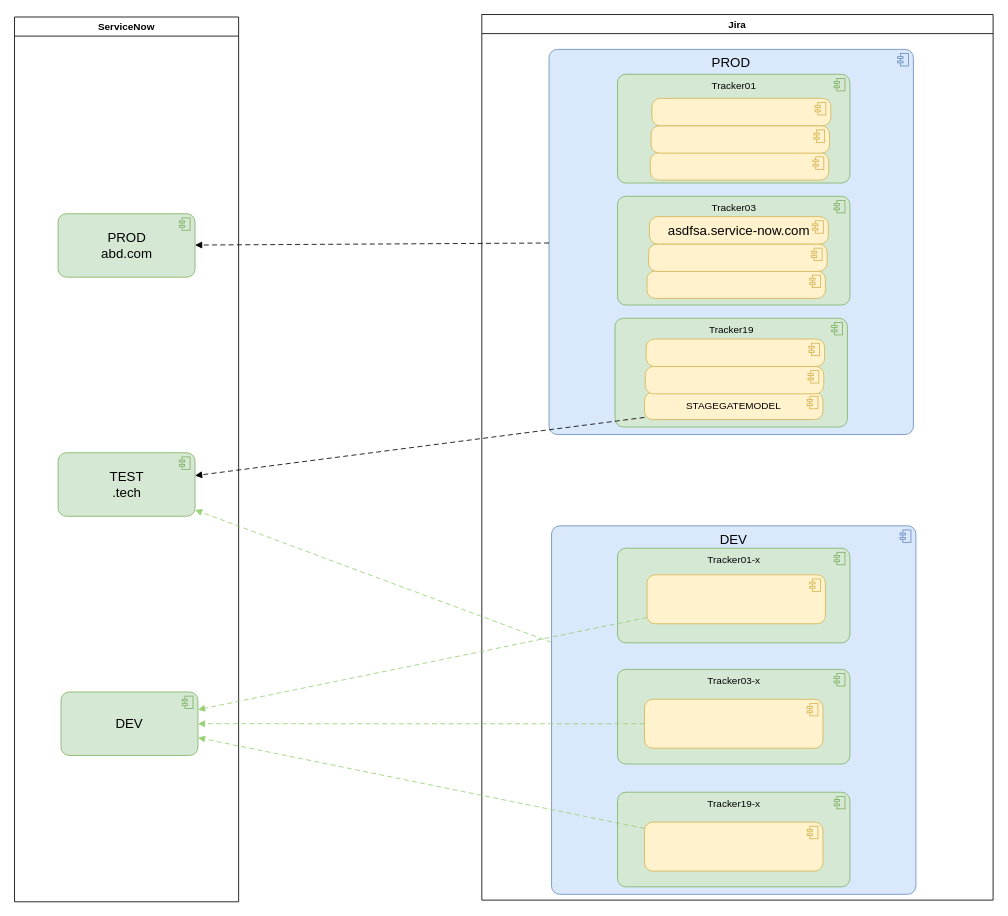
algimas/tmp keeps this draw.io diagram as page "WebHooks" (4 of 18) of Bosch.drawio. Above is the earlier version. Source tidied: cells renumbered, new cells numbered last; positions are measured from the earlier drawing's top-left corner, leaving out a move shared by most shapes. Both pictures are drawn from the tidied source at 83%, with x=0, y=0 at pixel (14, 14).
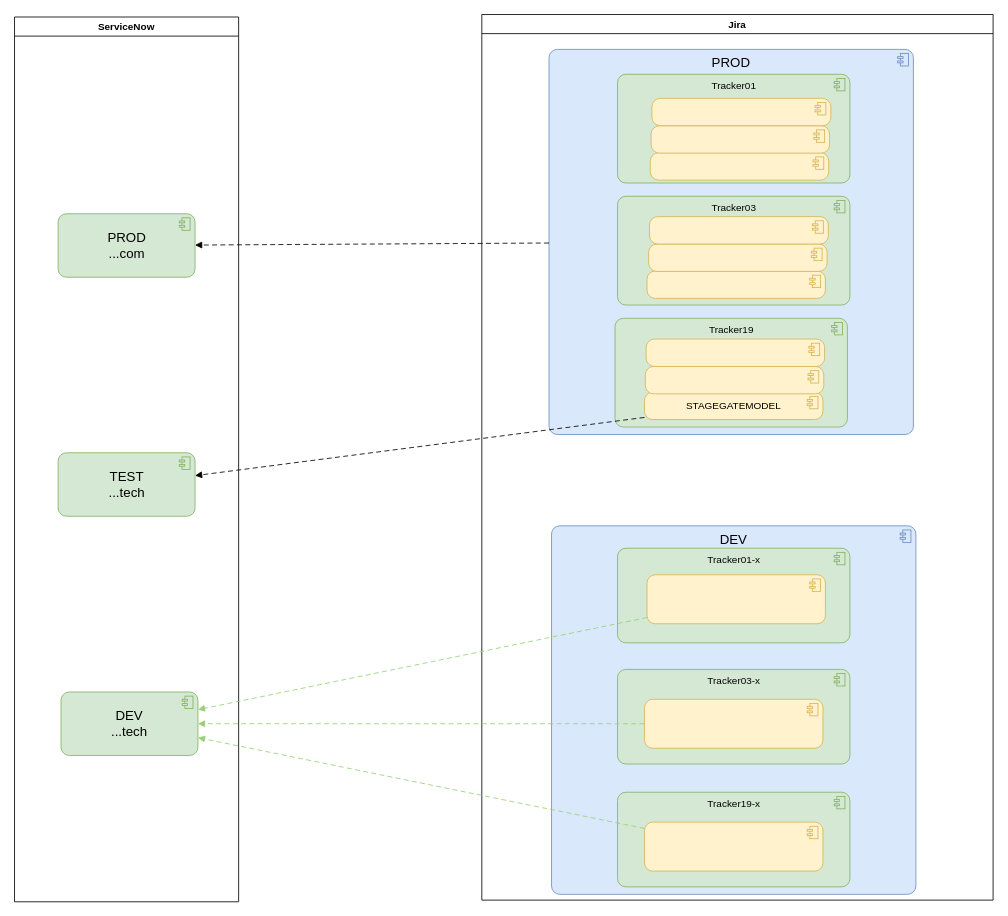
After the change.

Unchanged cells that the change refers to:
```xml
<mxCell id="2" value="ServiceNow" style="swimlane;" parent="1" vertex="1">
  <mxGeometry y="3" width="270" height="1066" as="geometry" />
</mxCell>
<mxCell id="6" value="Jira" style="swimlane;" parent="1" vertex="1">
  <mxGeometry x="563" width="616" height="1067" as="geometry" />
</mxCell>
<mxCell id="10" value="DEV" style="html=1;outlineConnect=0;whiteSpace=wrap;fillColor=#dae8fc;shape=mxgraph.archimate3.application;appType=comp;archiType=rounded;strokeColor=#6c8ebf;verticalAlign=top;fontStyle=0;fontSize=16;" parent="6" vertex="1">
  <mxGeometry x="84" y="616" width="439" height="444" as="geometry" />
</mxCell>
```

Change to the diagram source:
```diff
@@
-    <mxCell id="3" value="PROD&lt;div&gt;abd.com&lt;/div&gt;" style="html=1;outlineConnect=0;whiteSpace=wrap;fillColor=#d5e8d4;shape=mxgraph.archimate3.application;appType=comp;archiType=rounded;strokeColor=#82b366;verticalAlign=middle;fontStyle=0;fontSize=16;" parent="2" vertex="1">
+    <mxCell id="3" value="PROD&lt;div&gt;...com&lt;/div&gt;" style="html=1;outlineConnect=0;whiteSpace=wrap;fillColor=#d5e8d4;shape=mxgraph.archimate3.application;appType=comp;archiType=rounded;strokeColor=#82b366;verticalAlign=middle;fontStyle=0;fontSize=16;" parent="2" vertex="1">
       <mxGeometry x="52.5" y="237" width="165" height="76.5" as="geometry" />
     </mxCell>
-    <mxCell id="4" value="TEST&lt;div&gt;.tech&lt;/div&gt;" style="html=1;outlineConnect=0;whiteSpace=wrap;fillColor=#d5e8d4;shape=mxgraph.archimate3.application;appType=comp;archiType=rounded;strokeColor=#82b366;verticalAlign=middle;fontStyle=0;fontSize=16;" parent="2" vertex="1">
+    <mxCell id="4" value="TEST&lt;div&gt;...tech&lt;/div&gt;" style="html=1;outlineConnect=0;whiteSpace=wrap;fillColor=#d5e8d4;shape=mxgraph.archimate3.application;appType=comp;archiType=rounded;strokeColor=#82b366;verticalAlign=middle;fontStyle=0;fontSize=16;" parent="2" vertex="1">
       <mxGeometry x="52.5" y="525" width="165" height="76.5" as="geometry" />
     </mxCell>
-    <mxCell id="5" value="DEV" style="html=1;outlineConnect=0;whiteSpace=wrap;fillColor=#d5e8d4;shape=mxgraph.archimate3.application;appType=comp;archiType=rounded;strokeColor=#82b366;verticalAlign=middle;fontStyle=0;fontSize=16;" parent="2" vertex="1">
+    <mxCell id="5" value="DEV&lt;div&gt;...tech&lt;/div&gt;" style="html=1;outlineConnect=0;whiteSpace=wrap;fillColor=#d5e8d4;shape=mxgraph.archimate3.application;appType=comp;archiType=rounded;strokeColor=#82b366;verticalAlign=middle;fontStyle=0;fontSize=16;" parent="2" vertex="1">
       <mxGeometry x="56" y="813.2" width="165" height="76.5" as="geometry" />
     </mxCell>
@@
-    <mxCell id="22" value="&lt;span style=&quot;font-size: 16px;&quot;&gt;asdfsa.service-now.com&lt;/span&gt;" style="html=1;whiteSpace=wrap;fillColor=#fff2cc;shape=mxgraph.archimate3.application;appType=comp;archiType=rounded;strokeColor=#d6b656;verticalAlign=middle;fontStyle=0;fontSize=12;" parent="6" vertex="1">
+    <mxCell id="22" style="html=1;whiteSpace=wrap;fillColor=#fff2cc;shape=mxgraph.archimate3.application;appType=comp;archiType=rounded;strokeColor=#d6b656;verticalAlign=middle;fontStyle=0;fontSize=12;" parent="6" vertex="1">
       <mxGeometry x="202" y="243.5" width="215.5" height="33" as="geometry" />
     </mxCell>
@@
-    <mxCell id="32" style="html=1;endArrow=block;dashed=1;elbow=vertical;endFill=1;dashPattern=6 4;rounded=0;fontSize=12;fontStyle=0;strokeColor=#97D077;" parent="1" edge="1" source="10" target="4">
-      <mxGeometry relative="1" as="geometry" />
-    </mxCell>
```
